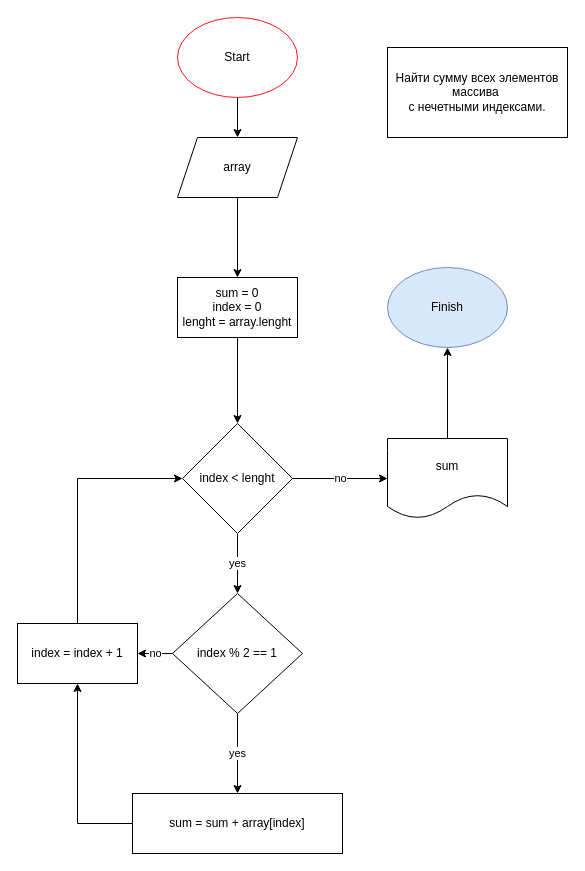
Earlier version of the draw.io diagram page "Page-1" (1 of 2) of second_class.drawio (yourenoticed/gb). Source tidied: cells renumbered, new cells numbered last; positions are measured from the earlier drawing's top-left corner, leaving out a move shared by most shapes. Both pictures are drawn from the tidied source at 100%, with x=0, y=0 at pixel (17, 17).
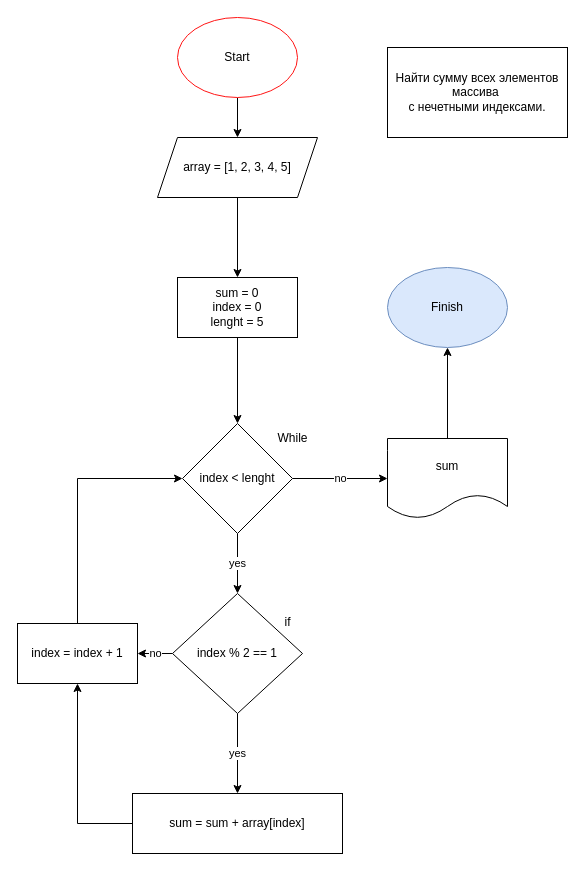
The same diagram, later.

Diff of the diagram source:
```diff
@@
-    <mxCell id="5" value="array" style="shape=parallelogram;perimeter=parallelogramPerimeter;whiteSpace=wrap;html=1;fixedSize=1;" parent="1" vertex="1">
-      <mxGeometry x="160" y="120" width="120" height="60" as="geometry" />
+    <mxCell id="5" value="array = [1, 2, 3, 4, 5]" style="shape=parallelogram;perimeter=parallelogramPerimeter;whiteSpace=wrap;html=1;fixedSize=1;" parent="1" vertex="1">
+      <mxGeometry x="140" y="120" width="160" height="60" as="geometry" />
     </mxCell>
@@
-    <mxCell id="7" value="sum = 0&lt;br&gt;index = 0&lt;br&gt;lenght = array.lenght" style="rounded=0;whiteSpace=wrap;html=1;" parent="1" vertex="1">
+    <mxCell id="7" value="sum = 0&lt;br&gt;index = 0&lt;br&gt;lenght = 5" style="rounded=0;whiteSpace=wrap;html=1;" parent="1" vertex="1">
       <mxGeometry x="160" y="260" width="120" height="60" as="geometry" />
     </mxCell>
@@
+    <mxCell id="22" value="While" style="text;html=1;align=center;verticalAlign=middle;strokeColor=none;fillColor=none;" parent="1" vertex="1">
+      <mxGeometry x="250" y="406" width="50" height="30" as="geometry" />
+    </mxCell>
+    <mxCell id="23" value="if" style="text;html=1;align=center;verticalAlign=middle;strokeColor=none;fillColor=none;" parent="1" vertex="1">
+      <mxGeometry x="255" y="590" width="30" height="30" as="geometry" />
+    </mxCell>
```
